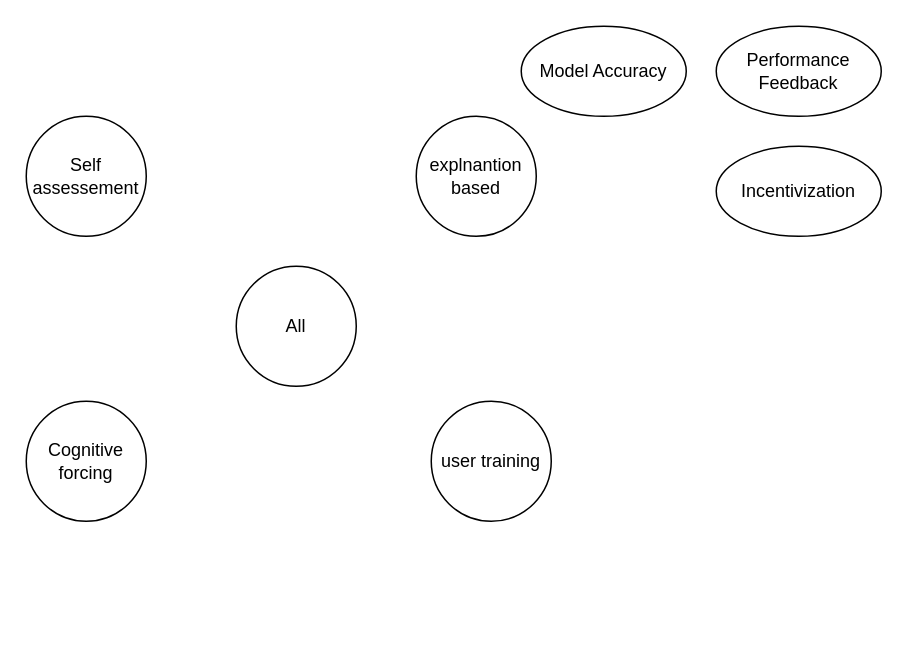
Before: ext/chi-rev-method-overview.drawio in raeeschaudhary/Coursera_Exams, a draw.io diagram. Source tidied: cells renumbered, new cells numbered last; positions are measured from the earlier drawing's top-left corner, leaving out a move shared by most shapes. Both pictures are drawn from the tidied source at 150%, with x=0, y=0 at pixel (26, 26).
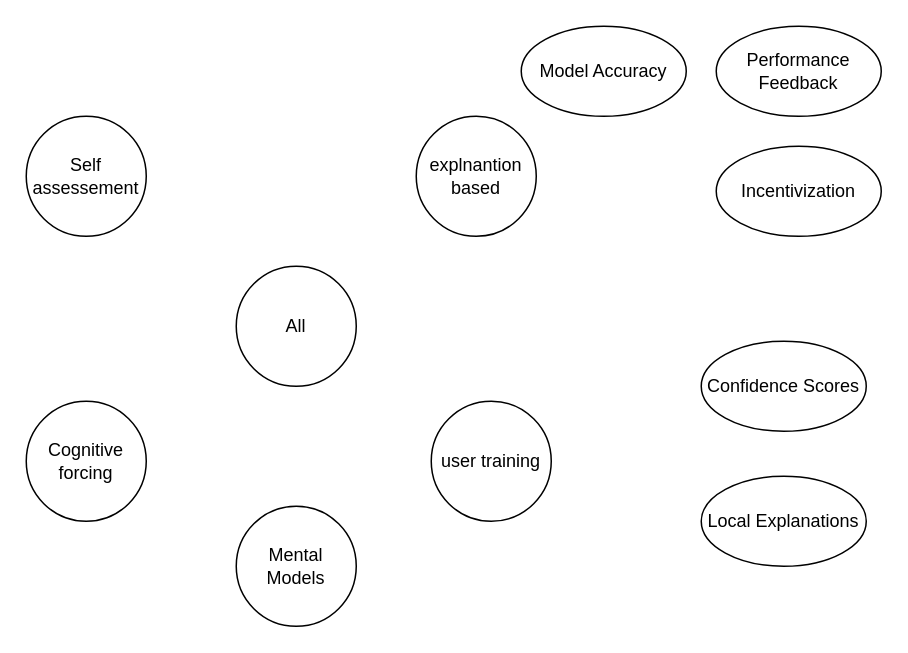
The same diagram, later.

The edit, as a diff of the source:
```diff
@@
 <mxGraphModel>
   <root>
     <mxCell id="0" />
     <mxCell id="1" parent="0" />
     <mxCell id="2" value="All" style="ellipse;whiteSpace=wrap;html=1;" parent="1" vertex="1">
       <mxGeometry x="140" y="160" width="80" height="80" as="geometry" />
     </mxCell>
     <mxCell id="3" value="explnantion based" style="ellipse;whiteSpace=wrap;html=1;" parent="1" vertex="1">
       <mxGeometry x="260" y="60" width="80" height="80" as="geometry" />
     </mxCell>
     <mxCell id="4" value="user training" style="ellipse;whiteSpace=wrap;html=1;" parent="1" vertex="1">
       <mxGeometry x="270" y="250" width="80" height="80" as="geometry" />
     </mxCell>
     <mxCell id="5" value="Cognitive forcing" style="ellipse;whiteSpace=wrap;html=1;" parent="1" vertex="1">
       <mxGeometry y="250" width="80" height="80" as="geometry" />
     </mxCell>
     <mxCell id="6" value="Self assessement" style="ellipse;whiteSpace=wrap;html=1;" parent="1" vertex="1">
       <mxGeometry y="60" width="80" height="80" as="geometry" />
     </mxCell>
     <mxCell id="7" value="Model Accuracy" style="ellipse;whiteSpace=wrap;html=1;" parent="1" vertex="1">
       <mxGeometry x="330" width="110" height="60" as="geometry" />
     </mxCell>
     <mxCell id="8" value="Performance Feedback" style="ellipse;whiteSpace=wrap;html=1;" parent="1" vertex="1">
       <mxGeometry x="460" width="110" height="60" as="geometry" />
     </mxCell>
     <mxCell id="9" value="Incentivization" style="ellipse;whiteSpace=wrap;html=1;" parent="1" vertex="1">
       <mxGeometry x="460" y="80" width="110" height="60" as="geometry" />
     </mxCell>
+    <mxCell id="10" value="Confidence Scores" style="ellipse;whiteSpace=wrap;html=1;" parent="1" vertex="1">
+      <mxGeometry x="450" y="210" width="110" height="60" as="geometry" />
+    </mxCell>
+    <mxCell id="11" value="Local Explanations" style="ellipse;whiteSpace=wrap;html=1;" parent="1" vertex="1">
+      <mxGeometry x="450" y="300" width="110" height="60" as="geometry" />
+    </mxCell>
+    <mxCell id="12" value="Mental Models" style="ellipse;whiteSpace=wrap;html=1;" parent="1" vertex="1">
+      <mxGeometry x="140" y="320" width="80" height="80" as="geometry" />
+    </mxCell>
   </root>
 </mxGraphModel>
```
